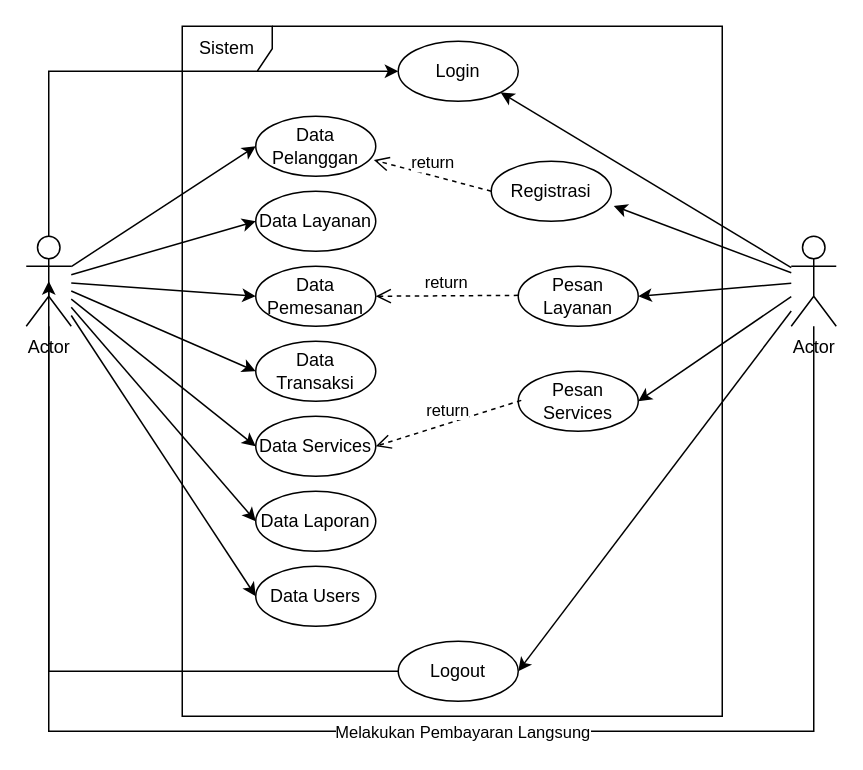
Above: page "USECASE" (2 of 2) of amri.drawio in ArtEnginer/UML-DIAGRAM (draw.io), before the change. Source tidied: cells renumbered, new cells numbered last; positions are measured from the earlier drawing's top-left corner, leaving out a move shared by most shapes. Both pictures are drawn from the tidied source at 150%, with x=0, y=0 at pixel (26, 26).
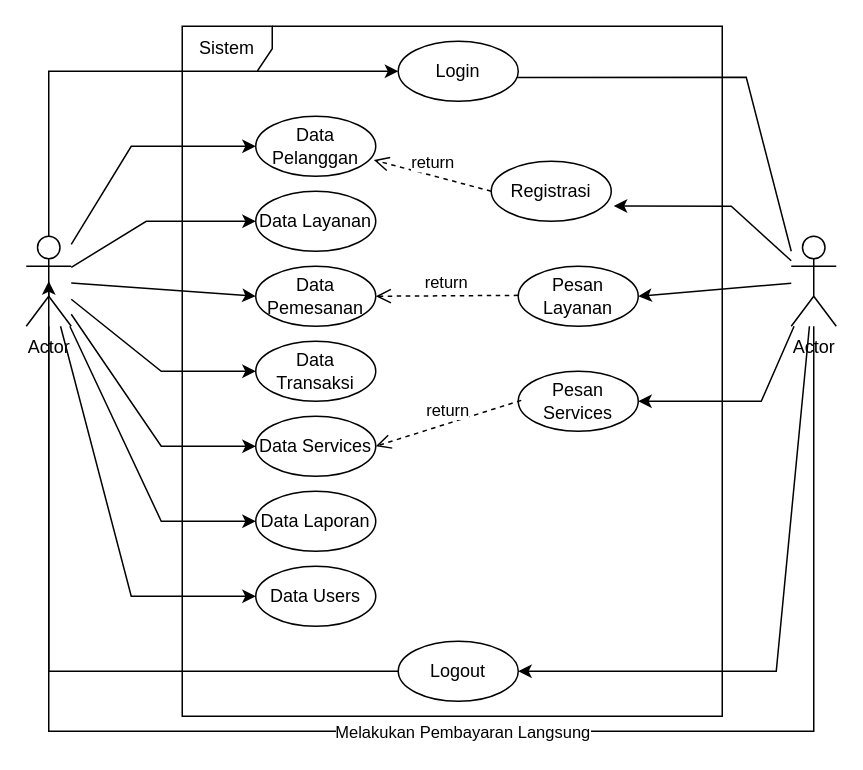
Above is the later version.

Unchanged cells that the change refers to:
```xml
<mxCell id="2" value="Data Pelanggan" style="ellipse;whiteSpace=wrap;html=1;" parent="1" vertex="1">
  <mxGeometry x="153" y="60" width="80" height="40" as="geometry" />
</mxCell>
<mxCell id="3" value="Data Layanan" style="ellipse;whiteSpace=wrap;html=1;" parent="1" vertex="1">
  <mxGeometry x="153" y="110" width="80" height="40" as="geometry" />
</mxCell>
<mxCell id="5" value="Data Transaksi" style="ellipse;whiteSpace=wrap;html=1;" parent="1" vertex="1">
  <mxGeometry x="153" y="210" width="80" height="40" as="geometry" />
</mxCell>
<mxCell id="6" value="Data Laporan" style="ellipse;whiteSpace=wrap;html=1;" parent="1" vertex="1">
  <mxGeometry x="153" y="310" width="80" height="40" as="geometry" />
</mxCell>
<mxCell id="7" value="Data Services" style="ellipse;whiteSpace=wrap;html=1;" parent="1" vertex="1">
  <mxGeometry x="153" y="260" width="80" height="40" as="geometry" />
</mxCell>
<mxCell id="8" value="Data Users" style="ellipse;whiteSpace=wrap;html=1;" parent="1" vertex="1">
  <mxGeometry x="153" y="360" width="80" height="40" as="geometry" />
</mxCell>
<mxCell id="18" value="Actor" style="shape=umlActor;verticalLabelPosition=bottom;verticalAlign=top;html=1;" parent="1" vertex="1">
  <mxGeometry y="140" width="30" height="60" as="geometry" />
</mxCell>
<mxCell id="23" value="Actor" style="shape=umlActor;verticalLabelPosition=bottom;verticalAlign=top;html=1;" parent="1" vertex="1">
  <mxGeometry x="510" y="140" width="30" height="60" as="geometry" />
</mxCell>
<mxCell id="25" value="Login" style="ellipse;whiteSpace=wrap;html=1;" parent="1" vertex="1">
  <mxGeometry x="248" y="10" width="80" height="40" as="geometry" />
</mxCell>
<mxCell id="26" value="Registrasi" style="ellipse;whiteSpace=wrap;html=1;" parent="1" vertex="1">
  <mxGeometry x="310" y="90" width="80" height="40" as="geometry" />
</mxCell>
<mxCell id="27" value="Logout" style="ellipse;whiteSpace=wrap;html=1;" parent="1" vertex="1">
  <mxGeometry x="248" y="410" width="80" height="40" as="geometry" />
</mxCell>
<mxCell id="29" value="Pesan Services" style="ellipse;whiteSpace=wrap;html=1;" parent="1" vertex="1">
  <mxGeometry x="328" y="230" width="80" height="40" as="geometry" />
</mxCell>
```

Change to the diagram source:
```diff
@@
     <mxCell id="9" style="rounded=0;jettySize=auto;html=1;entryX=0;entryY=0.5;entryDx=0;entryDy=0;" parent="1" edge="1" source="18" target="2">
-      <mxGeometry relative="1" as="geometry" />
+      <mxGeometry relative="1" as="geometry">
+        <Array as="points">
+          <mxPoint x="70" y="80" />
+        </Array>
+      </mxGeometry>
     </mxCell>
     <mxCell id="10" style="rounded=0;jettySize=auto;html=1;entryX=0;entryY=0.5;entryDx=0;entryDy=0;" parent="1" edge="1" source="18" target="3">
-      <mxGeometry relative="1" as="geometry" />
+      <mxGeometry relative="1" as="geometry">
+        <Array as="points">
+          <mxPoint x="80" y="130" />
+        </Array>
+      </mxGeometry>
     </mxCell>
@@
     <mxCell id="12" style="edgeStyle=none;rounded=0;jettySize=auto;html=1;entryX=0;entryY=0.5;entryDx=0;entryDy=0;" parent="1" edge="1" source="18" target="5">
-      <mxGeometry relative="1" as="geometry" />
+      <mxGeometry relative="1" as="geometry">
+        <Array as="points">
+          <mxPoint x="90" y="230" />
+        </Array>
+      </mxGeometry>
     </mxCell>
     <mxCell id="13" style="edgeStyle=none;rounded=0;jettySize=auto;html=1;entryX=0;entryY=0.5;entryDx=0;entryDy=0;" parent="1" edge="1" source="18" target="7">
-      <mxGeometry relative="1" as="geometry" />
+      <mxGeometry relative="1" as="geometry">
+        <Array as="points">
+          <mxPoint x="90" y="280" />
+        </Array>
+      </mxGeometry>
     </mxCell>
     <mxCell id="14" style="edgeStyle=none;rounded=0;jettySize=auto;html=1;entryX=0;entryY=0.5;entryDx=0;entryDy=0;" parent="1" edge="1" source="18" target="6">
-      <mxGeometry relative="1" as="geometry" />
+      <mxGeometry relative="1" as="geometry">
+        <Array as="points">
+          <mxPoint x="90" y="330" />
+        </Array>
+      </mxGeometry>
     </mxCell>
     <mxCell id="15" style="edgeStyle=none;rounded=0;jettySize=auto;html=1;entryX=0;entryY=0.5;entryDx=0;entryDy=0;" parent="1" edge="1" source="18" target="8">
-      <mxGeometry relative="1" as="geometry" />
+      <mxGeometry relative="1" as="geometry">
+        <Array as="points">
+          <mxPoint x="70" y="380" />
+        </Array>
+      </mxGeometry>
     </mxCell>
@@
-    <mxCell id="19" style="edgeStyle=none;rounded=0;jettySize=auto;html=1;entryX=1;entryY=1;entryDx=0;entryDy=0;" parent="1" edge="1" source="23" target="25">
-      <mxGeometry relative="1" as="geometry" />
+    <mxCell id="19" style="edgeStyle=none;rounded=0;orthogonalLoop=1;jettySize=auto;html=1;entryX=1;entryY=1;entryDx=0;entryDy=0;" parent="1" edge="1">
+      <mxGeometry relative="1" as="geometry">
+        <mxPoint x="510" y="150" as="sourcePoint" />
+        <mxPoint x="316.3" y="34.1" as="targetPoint" />
+        <Array as="points">
+          <mxPoint x="480" y="34" />
+        </Array>
+      </mxGeometry>
     </mxCell>
@@
     <mxCell id="21" style="edgeStyle=none;rounded=0;jettySize=auto;html=1;entryX=1;entryY=0.5;entryDx=0;entryDy=0;" parent="1" edge="1" source="23" target="29">
-      <mxGeometry relative="1" as="geometry" />
+      <mxGeometry relative="1" as="geometry">
+        <Array as="points">
+          <mxPoint x="490" y="250" />
+        </Array>
+      </mxGeometry>
     </mxCell>
     <mxCell id="22" style="edgeStyle=none;rounded=0;jettySize=auto;html=1;entryX=1;entryY=0.5;entryDx=0;entryDy=0;" parent="1" edge="1" source="23" target="27">
-      <mxGeometry relative="1" as="geometry" />
+      <mxGeometry relative="1" as="geometry">
+        <Array as="points">
+          <mxPoint x="500" y="430" />
+        </Array>
+      </mxGeometry>
     </mxCell>
@@
     <mxCell id="30" style="edgeStyle=none;rounded=0;jettySize=auto;html=1;entryX=1.021;entryY=0.745;entryDx=0;entryDy=0;entryPerimeter=0;" parent="1" edge="1" source="23" target="26">
-      <mxGeometry relative="1" as="geometry" />
+      <mxGeometry relative="1" as="geometry">
+        <Array as="points">
+          <mxPoint x="470" y="120" />
+        </Array>
+      </mxGeometry>
     </mxCell>
```
